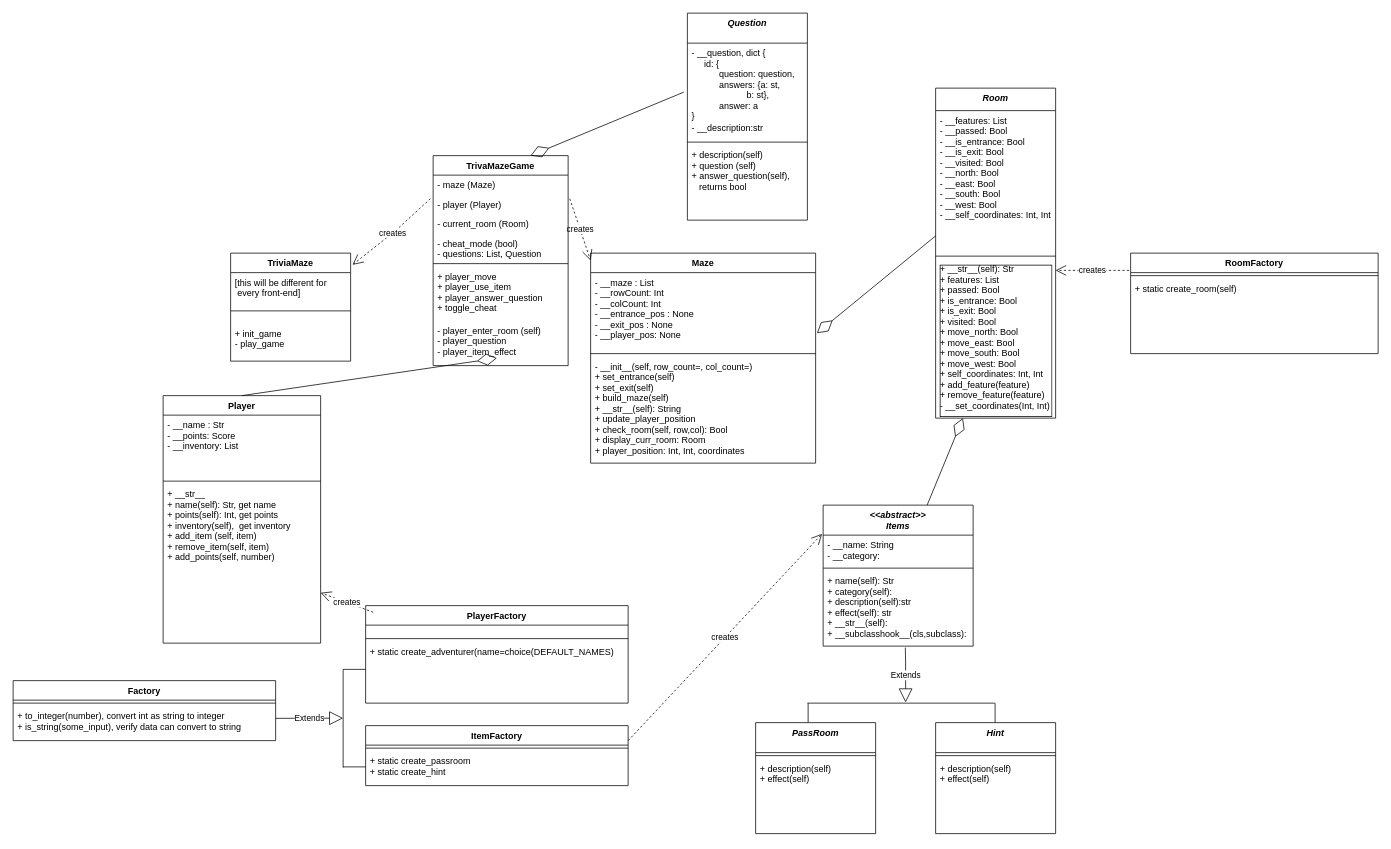
Above: documentation/trivia_maze_UML.drawio in rclarkmorrow/trivia_maze (draw.io), before the change. Source tidied: cells renumbered, new cells numbered last; positions are measured from the earlier drawing's top-left corner, leaving out a move shared by most shapes. Both pictures are drawn from the tidied source at 75%, with x=0, y=0 at pixel (13, 13).
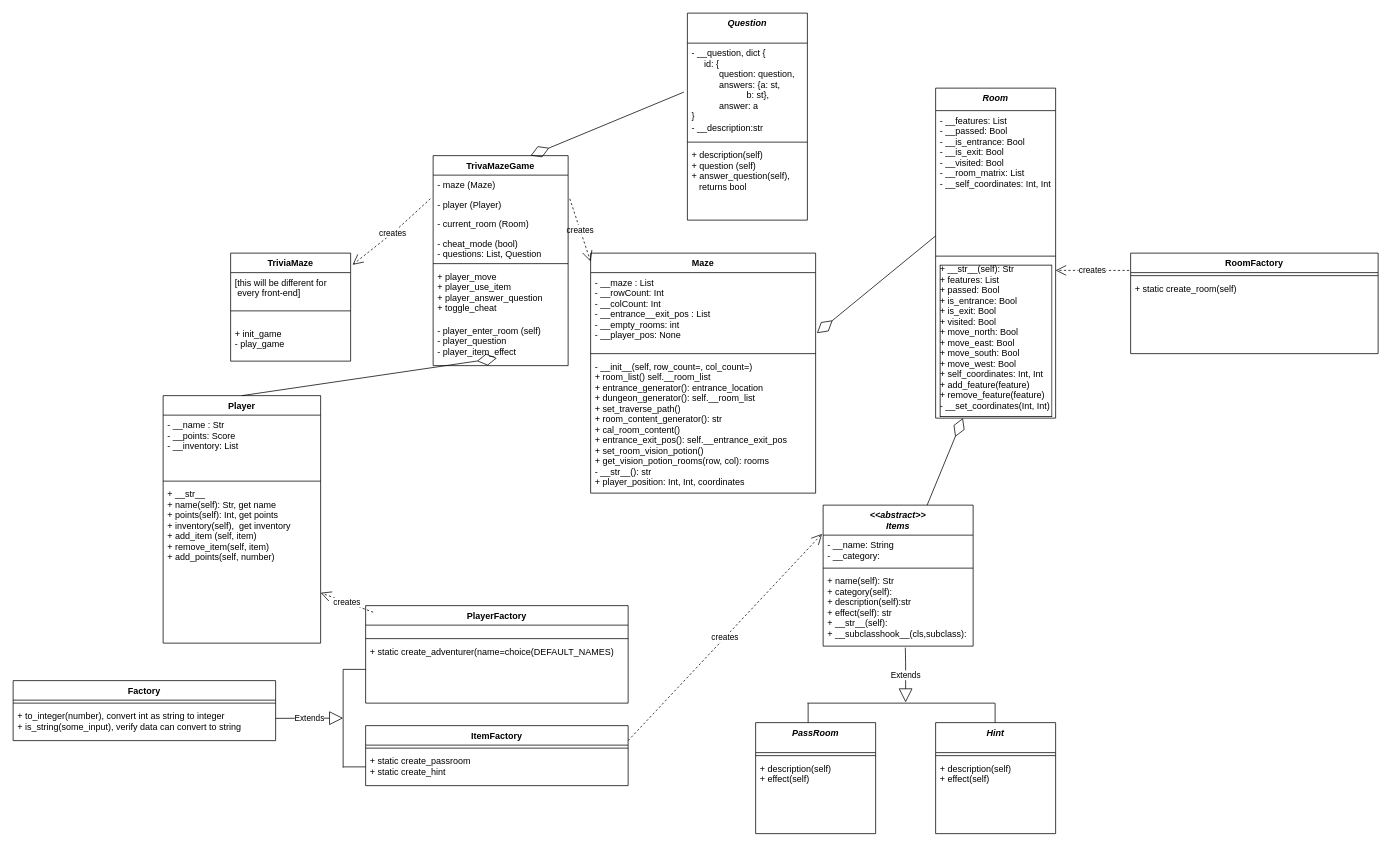
After the change.

Unchanged cells that the change refers to:
```xml
<mxCell id="6" value="Room" style="swimlane;fontStyle=3;align=center;verticalAlign=top;horizontal=1;startSize=30;" parent="1" vertex="1">
  <mxGeometry x="1230" y="100" width="160" height="440" as="geometry" />
</mxCell>
```

Change to the diagram source:
```diff
@@
     <mxCell id="2" value="Maze" style="swimlane;fontStyle=1;align=center;verticalAlign=top;horizontal=1;startSize=26;" parent="1" vertex="1">
-      <mxGeometry x="770" y="320" width="300" height="280" as="geometry" />
+      <mxGeometry x="770" y="320" width="300" height="320" as="geometry" />
     </mxCell>
-    <mxCell id="3" value="- __maze : List&#10;- __rowCount: Int&#10;- __colCount: Int&#10;- __entrance_pos : None&#10;- __exit_pos : None&#10;- __player_pos: None&#10;" style="text;strokeColor=none;fillColor=none;align=left;verticalAlign=top;spacingLeft=4;spacingRight=4;overflow=hidden;points=[[0,0.5],[1,0.5]];portConstraint=eastwest;" parent="2" vertex="1">
+    <mxCell id="3" value="- __maze : List&#10;- __rowCount: Int&#10;- __colCount: Int&#10;- __entrance__exit_pos : List&#10;- __empty_rooms: int&#10;- __player_pos: None&#10;" style="text;strokeColor=none;fillColor=none;align=left;verticalAlign=top;spacingLeft=4;spacingRight=4;overflow=hidden;points=[[0,0.5],[1,0.5]];portConstraint=eastwest;" parent="2" vertex="1">
       <mxGeometry y="26" width="300" height="104" as="geometry" />
     </mxCell>
@@
-    <mxCell id="5" value="- __init__(self, row_count=, col_count=)&#10;+ set_entrance(self)&#10;+ set_exit(self)&#10;+ build_maze(self)&#10;+ __str__(self): String&#10;+ update_player_position&#10;+ check_room(self, row,col): Bool&#10;+ display_curr_room: Room&#10;+ player_position: Int, Int, coordinates" style="text;strokeColor=none;fillColor=none;align=left;verticalAlign=top;spacingLeft=4;spacingRight=4;overflow=hidden;" parent="2" vertex="1">
-      <mxGeometry y="138" width="300" height="142" as="geometry" />
+    <mxCell id="5" value="- __init__(self, row_count=, col_count=)&#10;+ room_list() self.__room_list&#10;+ entrance_generator(): entrance_location&#10;+ dungeon_generator(): self.__room_list&#10;+ set_traverse_path()&#10;+ room_content_generator(): str&#10;+ cal_room_content()&#10;+ entrance_exit_pos(): self.__entrance_exit_pos&#10;+ set_room_vision_potion()&#10;+ get_vision_potion_rooms(row, col): rooms&#10;- __str__(): str&#10;+ player_position: Int, Int, coordinates" style="text;strokeColor=none;fillColor=none;align=left;verticalAlign=top;spacingLeft=4;spacingRight=4;overflow=hidden;" parent="2" vertex="1">
+      <mxGeometry y="138" width="300" height="182" as="geometry" />
     </mxCell>
@@
-    <mxCell id="7" value="- __features: List&#10;- __passed: Bool&#10;- __is_entrance: Bool&#10;- __is_exit: Bool&#10;- __visited: Bool&#10;- __north: Bool&#10;- __east: Bool&#10;- __south: Bool&#10;- __west: Bool&#10;- __self_coordinates: Int, Int&#10;" style="text;strokeColor=none;fillColor=none;align=left;verticalAlign=top;spacingLeft=4;spacingRight=4;overflow=hidden;" parent="6" vertex="1">
+    <mxCell id="7" value="- __features: List&#10;- __passed: Bool&#10;- __is_entrance: Bool&#10;- __is_exit: Bool&#10;- __visited: Bool&#10;- __room_matrix: List&#10;- __self_coordinates: Int, Int&#10;" style="text;strokeColor=none;fillColor=none;align=left;verticalAlign=top;spacingLeft=4;spacingRight=4;overflow=hidden;" parent="6" vertex="1">
       <mxGeometry y="30" width="160" height="190" as="geometry" />
     </mxCell>
```
